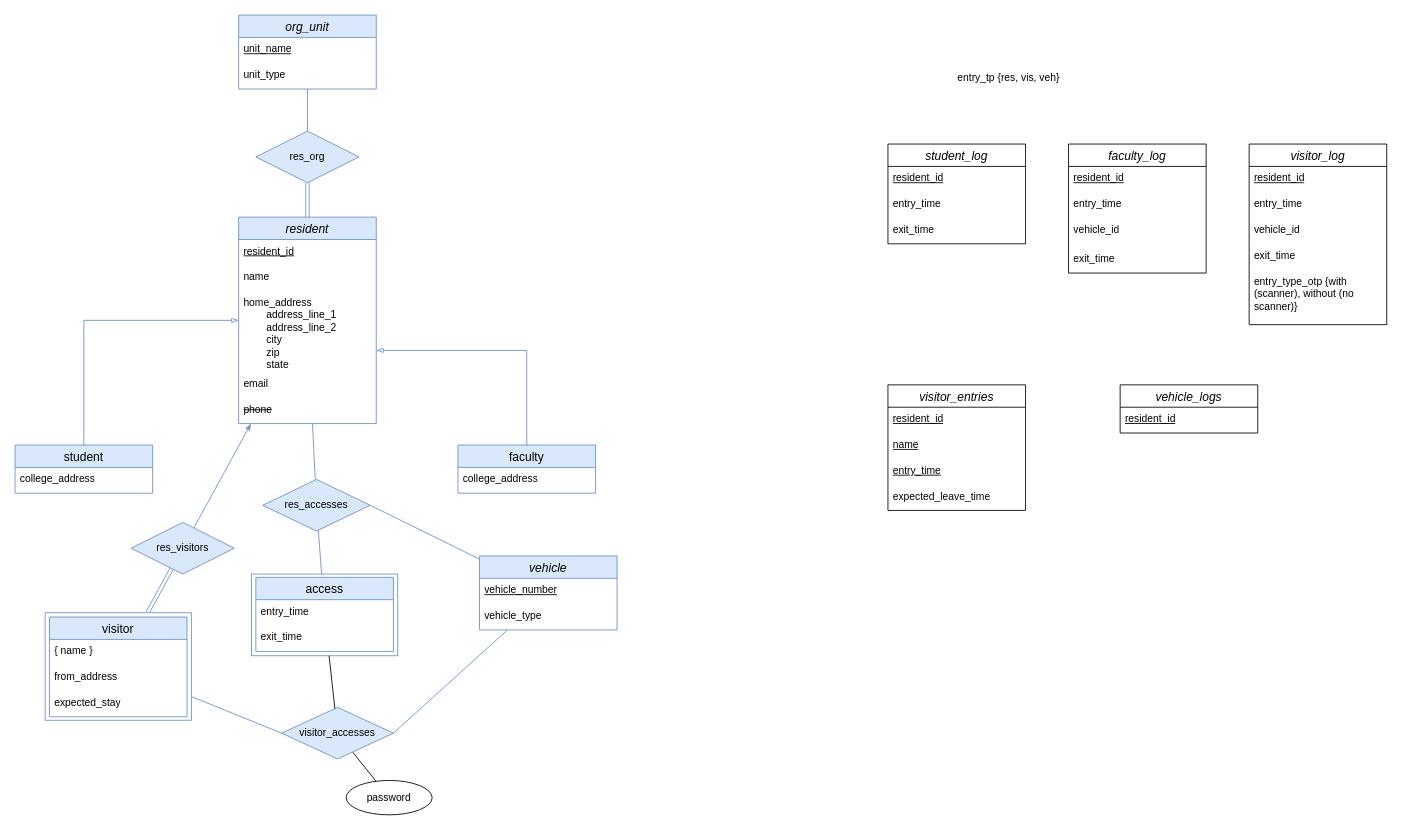
This is E-R Design.drawio from nirmohica/iith-entry-exit, a draw.io file, before an edit. Source tidied: cells renumbered, new cells numbered last; positions are measured from the earlier drawing's top-left corner, leaving out a move shared by most shapes. Both pictures are drawn from the tidied source at 86%, with x=0, y=0 at pixel (15, 15).
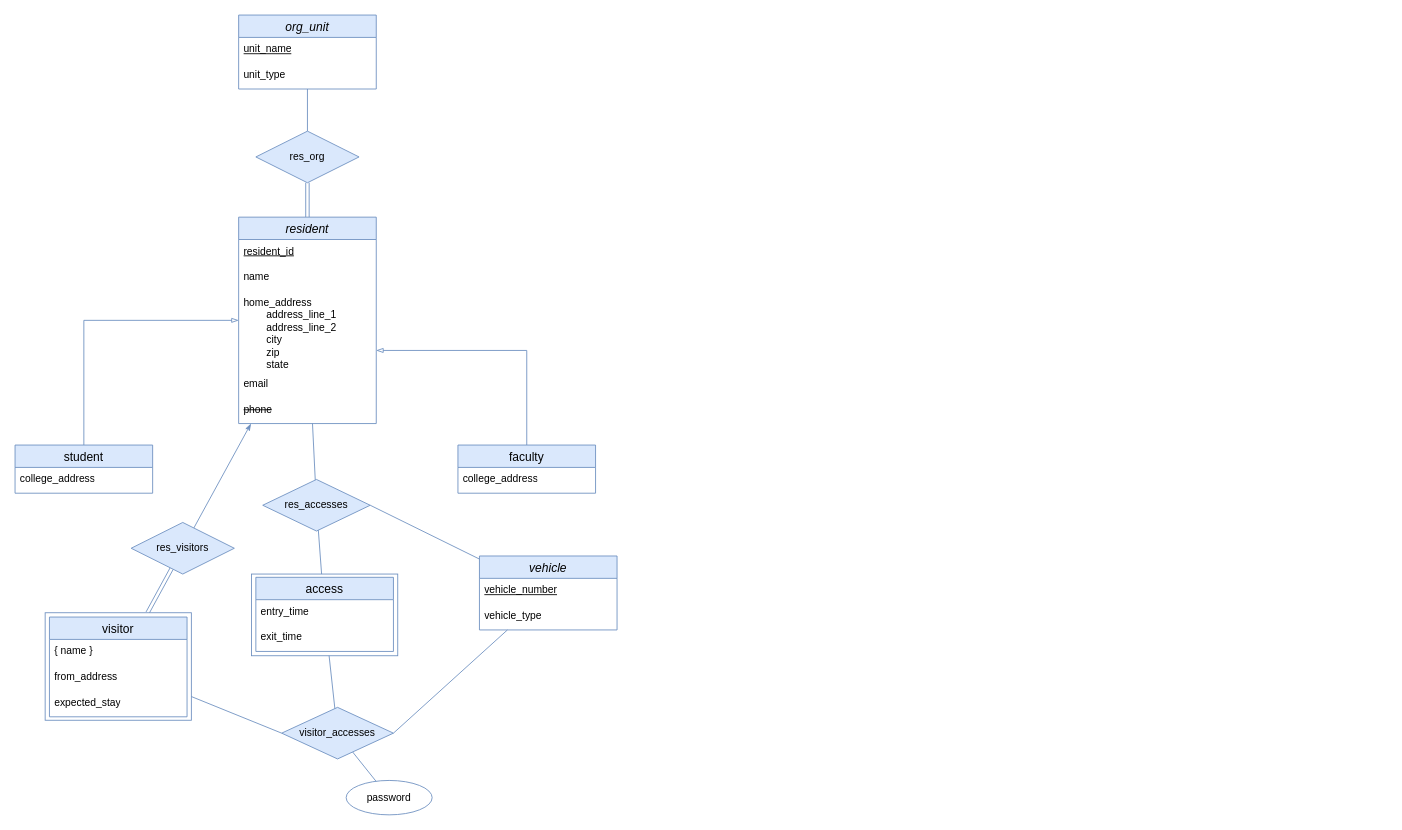
The same page after the edit.

Unchanged cells that the change refers to:
```xml
<mxCell id="39" style="whiteSpace=wrap;html=1;fillColor=none;strokeColor=#6c8ebf;" parent="38" vertex="1">
  <mxGeometry width="170" height="95" as="geometry" />
</mxCell>
<mxCell id="44" value="visitor_accesses" style="shape=rhombus;perimeter=rhombusPerimeter;whiteSpace=wrap;html=1;align=center;fillColor=#dae8fc;strokeColor=#6c8ebf;" parent="1" vertex="1">
  <mxGeometry x="310" y="805" width="130" height="60" as="geometry" />
</mxCell>
```

Diff of the diagram source:
```diff
@@
-    <mxCell id="6" value="student_log" style="swimlane;fontStyle=2;horizontal=1;startSize=26;align=center;fontSize=14;" parent="1" vertex="1">
-      <mxGeometry x="1015" y="150" width="160" height="116" as="geometry" />
-    </mxCell>
-    <mxCell id="7" value="&lt;u&gt;resident_id&lt;/u&gt;" style="text;strokeColor=none;fillColor=none;spacingLeft=4;spacingRight=4;overflow=hidden;fontSize=12;whiteSpace=wrap;html=1;" parent="6" vertex="1">
-      <mxGeometry y="26" width="160" height="30" as="geometry" />
-    </mxCell>
-    <mxCell id="8" value="entry_time" style="text;strokeColor=none;fillColor=none;spacingLeft=4;spacingRight=4;overflow=hidden;fontSize=12;whiteSpace=wrap;html=1;" parent="6" vertex="1">
-      <mxGeometry y="56" width="160" height="30" as="geometry" />
-    </mxCell>
-    <mxCell id="9" value="exit_time" style="text;strokeColor=none;fillColor=none;spacingLeft=4;spacingRight=4;overflow=hidden;fontSize=12;whiteSpace=wrap;html=1;" parent="6" vertex="1">
-      <mxGeometry y="86" width="160" height="30" as="geometry" />
-    </mxCell>
-    <mxCell id="10" value="visitor_entries" style="swimlane;fontStyle=2;horizontal=1;startSize=26;align=center;fontSize=14;" parent="1" vertex="1">
-      <mxGeometry x="1015" y="430" width="160" height="146" as="geometry" />
-    </mxCell>
-    <mxCell id="11" value="&lt;u&gt;resident_id&lt;/u&gt;" style="text;strokeColor=none;fillColor=none;spacingLeft=4;spacingRight=4;overflow=hidden;fontSize=12;whiteSpace=wrap;html=1;" parent="10" vertex="1">
-      <mxGeometry y="26" width="160" height="30" as="geometry" />
-    </mxCell>
-    <mxCell id="12" value="&lt;u&gt;name&lt;/u&gt;" style="text;strokeColor=none;fillColor=none;spacingLeft=4;spacingRight=4;overflow=hidden;fontSize=12;whiteSpace=wrap;html=1;" parent="10" vertex="1">
-      <mxGeometry y="56" width="160" height="30" as="geometry" />
-    </mxCell>
-    <mxCell id="13" value="&lt;u&gt;entry_time&lt;/u&gt;" style="text;strokeColor=none;fillColor=none;spacingLeft=4;spacingRight=4;overflow=hidden;fontSize=12;whiteSpace=wrap;html=1;" parent="10" vertex="1">
-      <mxGeometry y="86" width="160" height="30" as="geometry" />
-    </mxCell>
-    <mxCell id="14" value="expected_leave_time" style="text;strokeColor=none;fillColor=none;spacingLeft=4;spacingRight=4;overflow=hidden;fontSize=12;whiteSpace=wrap;html=1;" parent="10" vertex="1">
-      <mxGeometry y="116" width="160" height="30" as="geometry" />
-    </mxCell>
-    <mxCell id="15" value="vehicle_logs" style="swimlane;fontStyle=2;horizontal=1;startSize=26;align=center;fontSize=14;" parent="1" vertex="1">
-      <mxGeometry x="1285" y="430" width="160" height="56" as="geometry" />
-    </mxCell>
-    <mxCell id="16" value="&lt;u&gt;resident_id&lt;/u&gt;" style="text;strokeColor=none;fillColor=none;spacingLeft=4;spacingRight=4;overflow=hidden;fontSize=12;whiteSpace=wrap;html=1;" parent="15" vertex="1">
-      <mxGeometry y="26" width="160" height="30" as="geometry" />
-    </mxCell>
@@
-    <mxCell id="22" value="faculty_log" style="swimlane;fontStyle=2;horizontal=1;startSize=26;align=center;fontSize=14;" parent="1" vertex="1">
-      <mxGeometry x="1225" y="150" width="160" height="150" as="geometry" />
-    </mxCell>
-    <mxCell id="23" value="&lt;u&gt;resident_id&lt;/u&gt;" style="text;strokeColor=none;fillColor=none;spacingLeft=4;spacingRight=4;overflow=hidden;fontSize=12;whiteSpace=wrap;html=1;" parent="22" vertex="1">
-      <mxGeometry y="26" width="160" height="30" as="geometry" />
-    </mxCell>
-    <mxCell id="24" value="entry_time" style="text;strokeColor=none;fillColor=none;spacingLeft=4;spacingRight=4;overflow=hidden;fontSize=12;whiteSpace=wrap;html=1;" parent="22" vertex="1">
-      <mxGeometry y="56" width="160" height="30" as="geometry" />
-    </mxCell>
-    <mxCell id="25" value="vehicle_id" style="text;strokeColor=none;fillColor=none;spacingLeft=4;spacingRight=4;overflow=hidden;fontSize=12;whiteSpace=wrap;html=1;" parent="22" vertex="1">
-      <mxGeometry y="86" width="160" height="34" as="geometry" />
-    </mxCell>
-    <mxCell id="26" value="exit_time" style="text;strokeColor=none;fillColor=none;spacingLeft=4;spacingRight=4;overflow=hidden;fontSize=12;whiteSpace=wrap;html=1;" parent="22" vertex="1">
-      <mxGeometry y="120" width="160" height="30" as="geometry" />
-    </mxCell>
-    <mxCell id="27" value="visitor_log" style="swimlane;fontStyle=2;horizontal=1;startSize=26;align=center;fontSize=14;" parent="1" vertex="1">
-      <mxGeometry x="1435" y="150" width="160" height="210" as="geometry" />
-    </mxCell>
-    <mxCell id="28" value="&lt;u&gt;resident_id&lt;/u&gt;" style="text;strokeColor=none;fillColor=none;spacingLeft=4;spacingRight=4;overflow=hidden;fontSize=12;whiteSpace=wrap;html=1;" parent="27" vertex="1">
-      <mxGeometry y="26" width="160" height="30" as="geometry" />
-    </mxCell>
-    <mxCell id="29" value="entry_time" style="text;strokeColor=none;fillColor=none;spacingLeft=4;spacingRight=4;overflow=hidden;fontSize=12;whiteSpace=wrap;html=1;" parent="27" vertex="1">
-      <mxGeometry y="56" width="160" height="30" as="geometry" />
-    </mxCell>
-    <mxCell id="30" value="vehicle_id" style="text;strokeColor=none;fillColor=none;spacingLeft=4;spacingRight=4;overflow=hidden;fontSize=12;whiteSpace=wrap;html=1;" parent="27" vertex="1">
-      <mxGeometry y="86" width="160" height="30" as="geometry" />
-    </mxCell>
-    <mxCell id="31" value="exit_time" style="text;strokeColor=none;fillColor=none;spacingLeft=4;spacingRight=4;overflow=hidden;fontSize=12;whiteSpace=wrap;html=1;" parent="27" vertex="1">
-      <mxGeometry y="116" width="160" height="30" as="geometry" />
-    </mxCell>
-    <mxCell id="32" value="entry_type_otp {with (scanner), without (no scanner)}" style="text;strokeColor=none;fillColor=none;spacingLeft=4;spacingRight=4;overflow=hidden;fontSize=12;whiteSpace=wrap;html=1;" parent="27" vertex="1">
-      <mxGeometry y="146" width="160" height="64" as="geometry" />
-    </mxCell>
-    <mxCell id="33" value="entry_tp {res, vis, veh}" style="text;html=1;align=center;verticalAlign=middle;strokeColor=none;fillColor=none;" parent="1" vertex="1">
-      <mxGeometry x="1085" y="58" width="140" height="30" as="geometry" />
-    </mxCell>
@@
-    <mxCell id="43" style="rounded=0;jettySize=auto;html=1;endArrow=none;startFill=0;" parent="1" edge="1" source="44" target="58">
+    <mxCell id="43" style="rounded=0;jettySize=auto;html=1;endArrow=none;startFill=0;fillColor=#dae8fc;strokeColor=#6c8ebf;" parent="1" edge="1" source="44" target="58">
       <mxGeometry relative="1" as="geometry" />
     </mxCell>
@@
-    <mxCell id="57" style="rounded=0;jettySize=auto;html=1;endArrow=none;startFill=0;" parent="1" edge="1" source="39" target="44">
+    <mxCell id="57" style="rounded=0;jettySize=auto;html=1;endArrow=none;startFill=0;fillColor=#dae8fc;strokeColor=#6c8ebf;" parent="1" edge="1" source="39" target="44">
       <mxGeometry relative="1" as="geometry" />
     </mxCell>
-    <mxCell id="58" value="password" style="ellipse;whiteSpace=wrap;html=1;align=center;" parent="1" vertex="1">
+    <mxCell id="58" value="password" style="ellipse;whiteSpace=wrap;html=1;align=center;fillColor=none;strokeColor=#6c8ebf;" parent="1" vertex="1">
       <mxGeometry x="385" y="890" width="100" height="40" as="geometry" />
     </mxCell>
```
